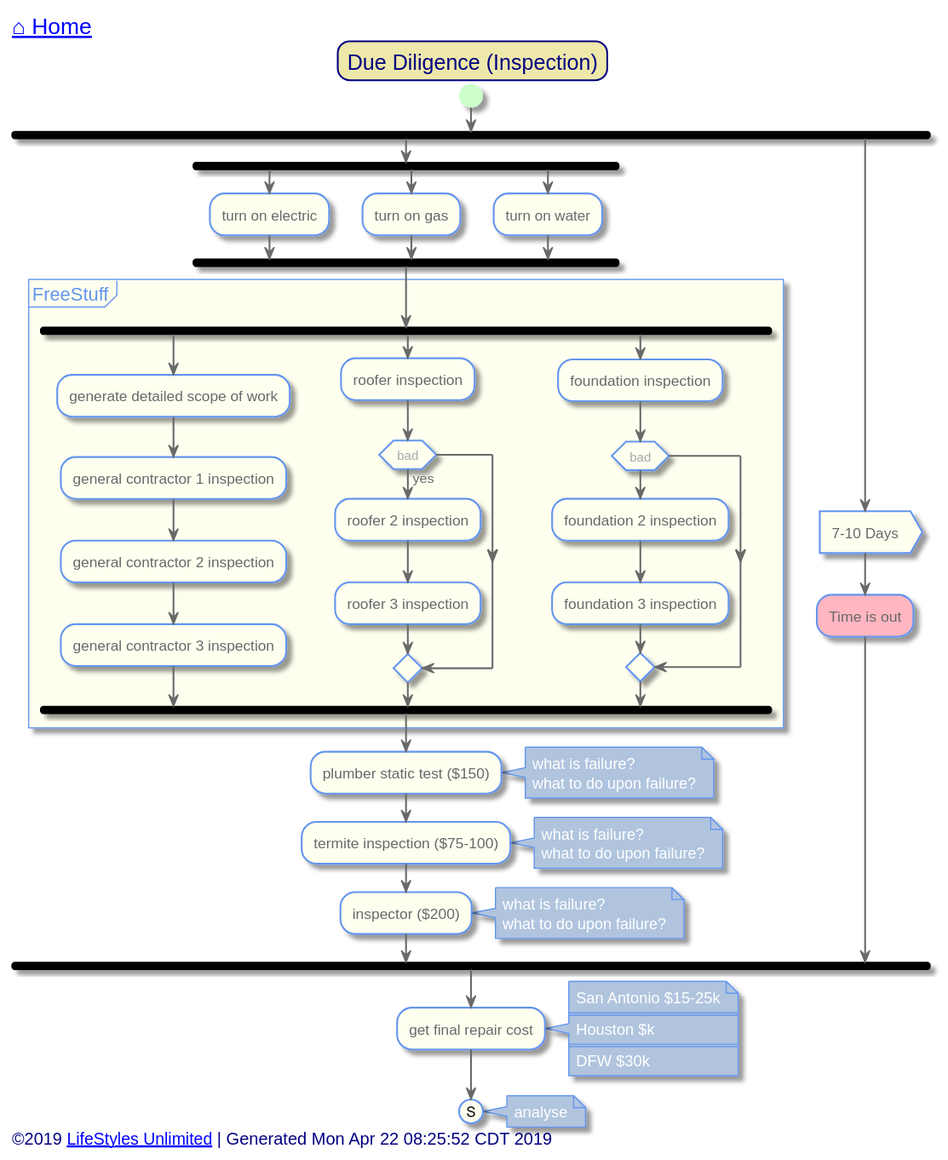
Before: out/src/single-family/due-diligence.svg, a diagram exported from PlantUML (toddmo/lifestylesunlimited).
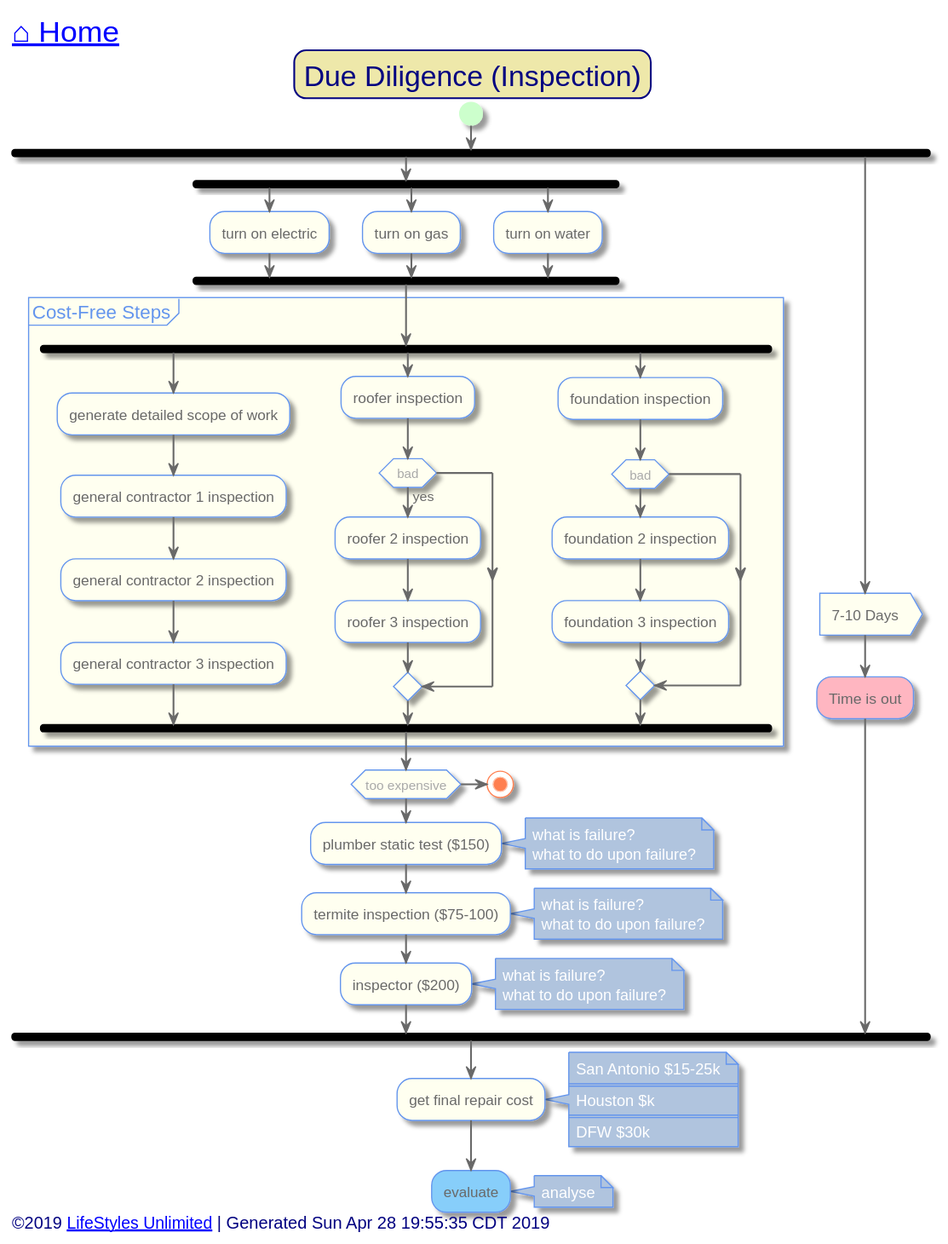
The same diagram one commit later.

What changed in the source:
```diff
@@ -11,11 +11,13 @@
   BackgroundColor PaleGoldenRod
   BorderColor Navy
   BorderRoundCorner 20
+  FontSize 24
 }
 
 skinparam activity {
   BackgroundColor Ivory
   BorderColor CornflowerBlue
+  BorderThickness 1
   FontColor DimGray
 
 
@@ -73,7 +75,7 @@
 
 
 left header
-	<font color=Navy size=18>[[../index.svg ⌂ Home]]</font>
+	<font color=Navy size=24>[[../index.svg ⌂ Home]]</font>
 endheader
 
 
@@ -90,7 +92,7 @@
 			fork again
 			:turn on water;
 		end fork
-		partition FreeStuff {
+		partition "Cost-Free Steps" {
 			fork
 				:generate detailed scope of work;
 				:general contractor 1 inspection;
@@ -110,6 +112,9 @@
 				endif
 			end fork
 		}
+		if(too expensive)
+			stop
+		endif
 		:plumber static test ($150);
 		note right
 			what is failure?
@@ -138,13 +143,13 @@
 		====
 		DFW $30k
 	end note
-	(S)
+	[[evaluating.svg?sanitize=true]]#LightSkyBlue:evaluate;
 	note right: analyse
 
 
 
 left footer
-	<font size=14>©2019 [[http://www.lifestylesunlimited.com LifeStyles Unlimited]] | Generated Mon Apr 22 08:25:52 CDT 2019</font>
+	<font size=14>©2019 [[http://www.lifestylesunlimited.com LifeStyles Unlimited]] | Generated Sun Apr 28 19:55:35 CDT 2019</font>
 endfooter
 
 
```
